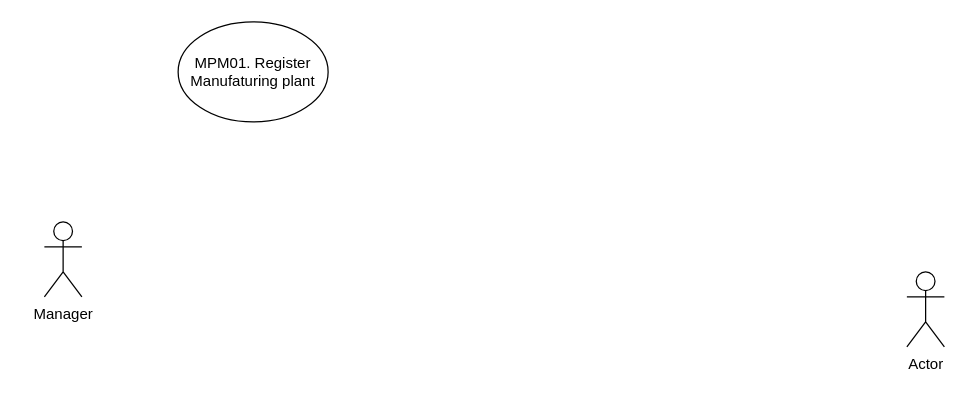
The draw.io diagram aa보고서_usecase_diagram.drawio in ShineSoYoung/TEST, before the edit. Source tidied: cells renumbered, new cells numbered last; positions are measured from the earlier drawing's top-left corner, leaving out a move shared by most shapes. Both pictures are drawn from the tidied source at 125%, with x=0, y=0 at pixel (44, 21).
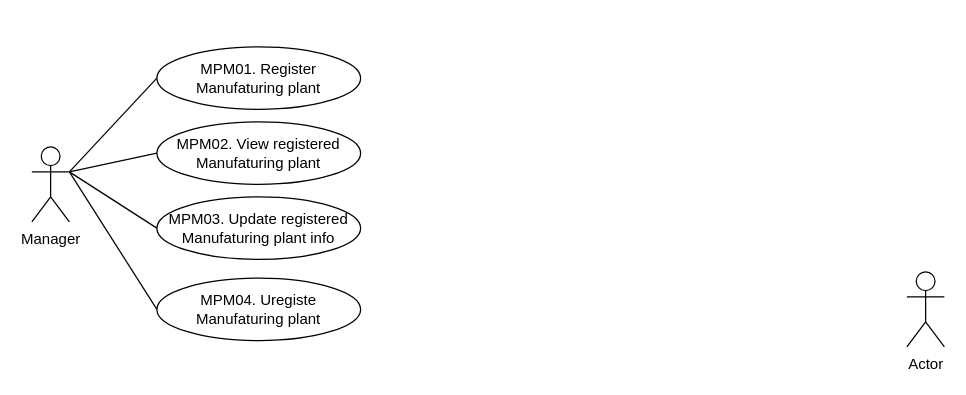
After the change.

Commit message (it also covers changes not shown here):
aa보고서_usecase_diagram.drawio 업데이트

Diff of the diagram source:
```diff
@@
 <mxGraphModel>
   <root>
     <mxCell id="0" />
     <mxCell id="1" parent="0" />
     <mxCell id="2" value="Actor" style="shape=umlActor;verticalLabelPosition=bottom;verticalAlign=top;html=1;" parent="1" vertex="1">
       <mxGeometry x="690" y="200" width="30" height="60" as="geometry" />
     </mxCell>
     <mxCell id="3" value="Manager" style="shape=umlActor;verticalLabelPosition=bottom;verticalAlign=top;html=1;outlineConnect=0;" parent="1" vertex="1">
-      <mxGeometry y="160" width="30" height="60" as="geometry" />
+      <mxGeometry x="-10" y="100" width="30" height="60" as="geometry" />
     </mxCell>
     <mxCell id="4" value="MPM01. Register Manufaturing plant" style="ellipse;whiteSpace=wrap;html=1;" parent="1" vertex="1">
-      <mxGeometry x="107" width="120" height="80" as="geometry" />
+      <mxGeometry x="90" y="20" width="163" height="50" as="geometry" />
     </mxCell>
+    <mxCell id="5" value="MPM02. View registered Manufaturing plant" style="ellipse;whiteSpace=wrap;html=1;" parent="1" vertex="1">
+      <mxGeometry x="90" y="80" width="163" height="50" as="geometry" />
+    </mxCell>
+    <mxCell id="6" value="MPM03. Update registered Manufaturing plant info" style="ellipse;whiteSpace=wrap;html=1;" parent="1" vertex="1">
+      <mxGeometry x="90" y="140" width="163" height="50" as="geometry" />
+    </mxCell>
+    <mxCell id="7" value="MPM04. Uregiste Manufaturing plant" style="ellipse;whiteSpace=wrap;html=1;" parent="1" vertex="1">
+      <mxGeometry x="90" y="205" width="163" height="50" as="geometry" />
+    </mxCell>
+    <mxCell id="8" style="endArrow=none;html=1;rounded=0;exitX=1;exitY=0.3333333333333333;exitDx=0;exitDy=0;exitPerimeter=0;entryX=0;entryY=0.5;entryDx=0;entryDy=0;" parent="1" edge="1" source="3" target="4">
+      <mxGeometry relative="1" as="geometry" />
+    </mxCell>
+    <mxCell id="9" style="endArrow=none;html=1;rounded=0;entryX=0;entryY=0.5;entryDx=0;entryDy=0;" parent="1" edge="1" target="5">
+      <mxGeometry relative="1" as="geometry">
+        <mxPoint x="20" y="120" as="sourcePoint" />
+      </mxGeometry>
+    </mxCell>
+    <mxCell id="10" style="endArrow=none;html=1;rounded=0;entryX=0;entryY=0.5;entryDx=0;entryDy=0;" parent="1" edge="1" target="6">
+      <mxGeometry relative="1" as="geometry">
+        <mxPoint x="20" y="120" as="sourcePoint" />
+      </mxGeometry>
+    </mxCell>
+    <mxCell id="11" style="endArrow=none;html=1;rounded=0;entryX=0;entryY=0.5;entryDx=0;entryDy=0;" parent="1" edge="1" target="7">
+      <mxGeometry relative="1" as="geometry">
+        <mxPoint x="20" y="120" as="sourcePoint" />
+      </mxGeometry>
+    </mxCell>
   </root>
 </mxGraphModel>
```
